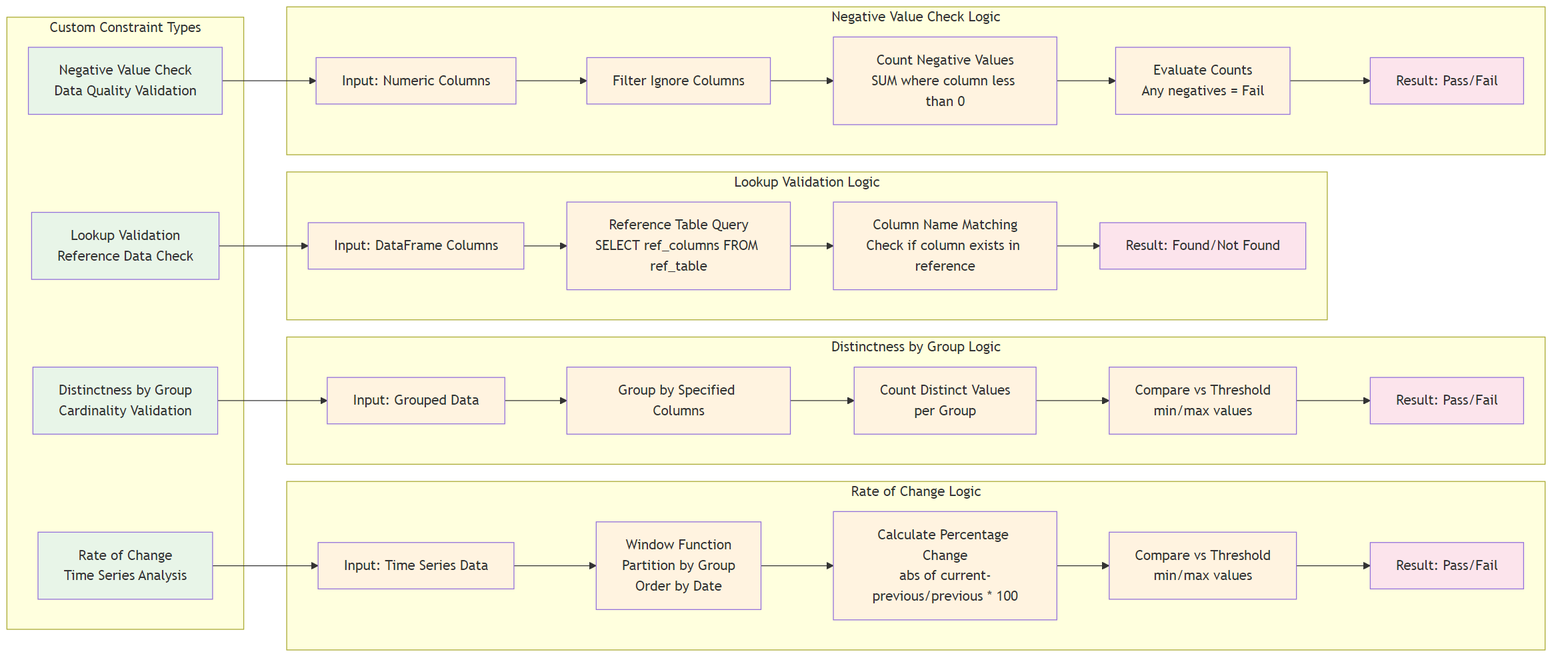
Before: docs/png/custom-constraints.png, a diagram exported from Mermaid (anvai-labs/dq-kernel). Its source is kept beside it as docs/diagrams/custom-constraints.mmd.
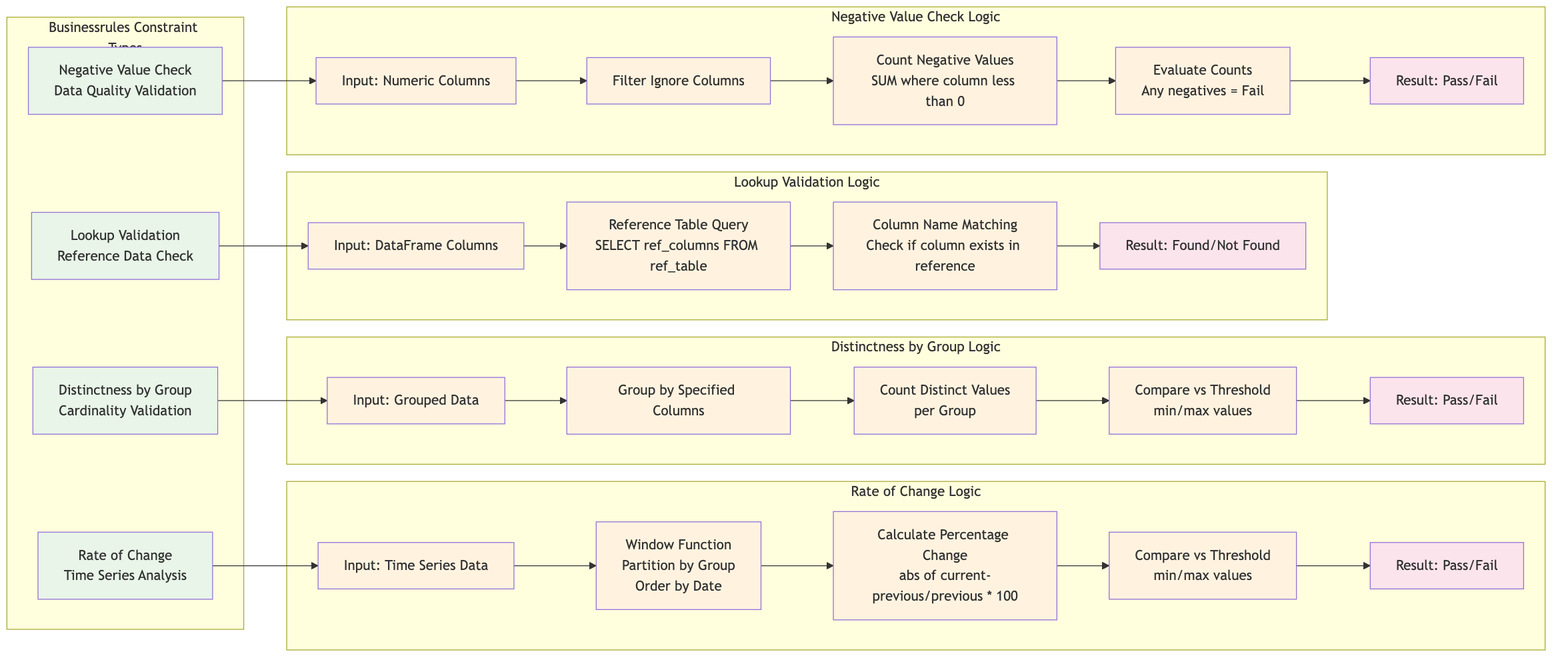
Later version of the same file.

The edit, as a diff of the source:
```diff
@@ -1,5 +1,5 @@
 graph LR
-    subgraph "Custom Constraint Types"
+    subgraph "Businessrules Constraint Types"
         RateOfChange[Rate of Change<br/>Time Series Analysis]
         DistinctnessByGroup[Distinctness by Group<br/>Cardinality Validation]
         LookupValidation[Lookup Validation<br/>Reference Data Check]
```
